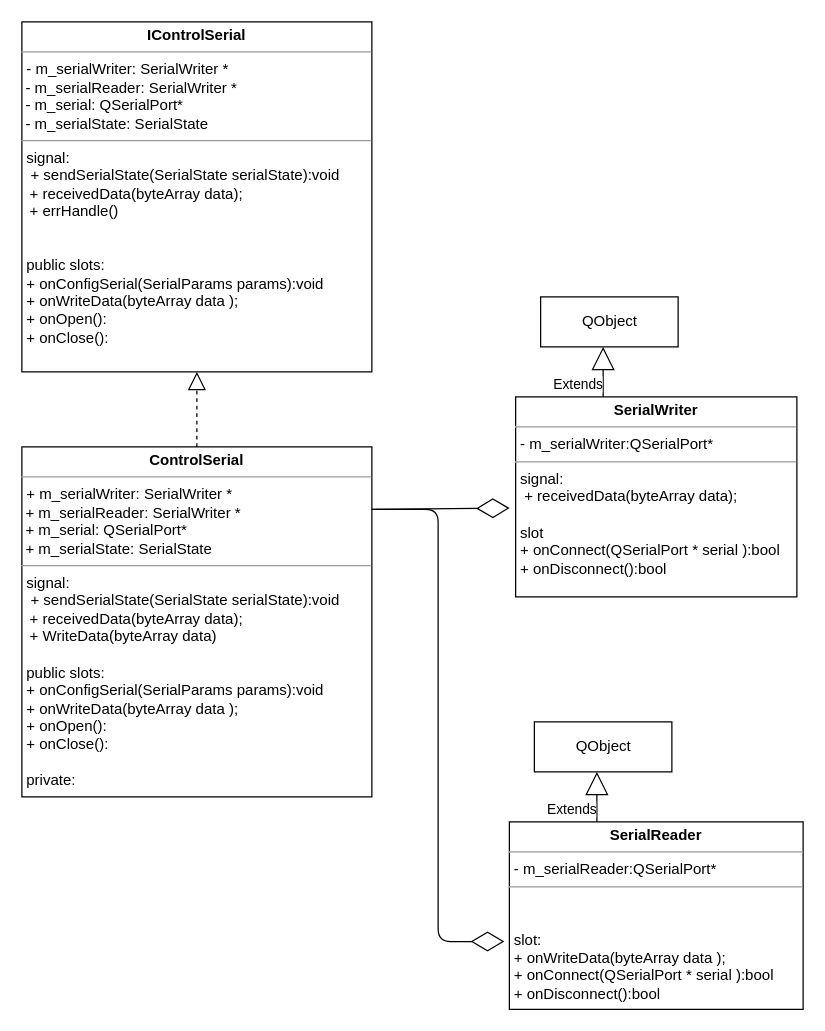
Before: uml/serial.drawio in yntense/serial, a draw.io diagram. Source tidied: cells renumbered, new cells numbered last; positions are measured from the earlier drawing's top-left corner, leaving out a move shared by most shapes. Both pictures are drawn from the tidied source at 125%, with x=0, y=0 at pixel (21, 21).
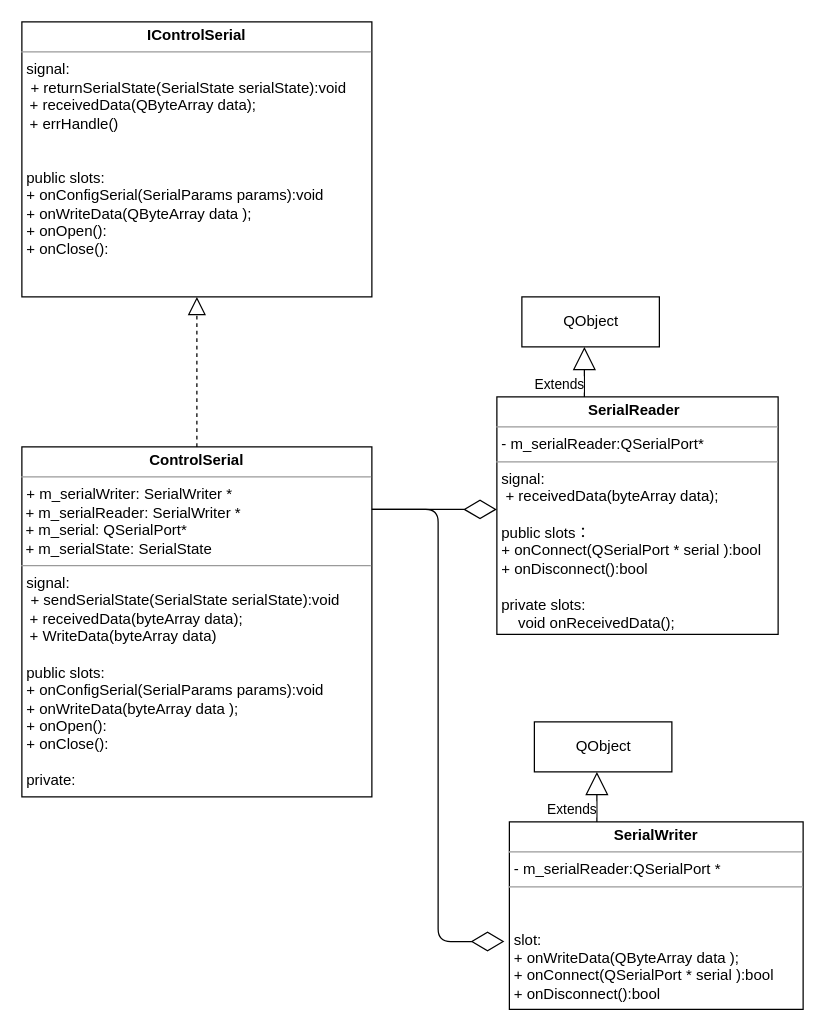
Above is the later version.

Commit message:
1.修改 uml 中一些变量

Diff of the diagram source:
```diff
@@
 <mxGraphModel>
   <root>
     <mxCell id="0" />
     <mxCell id="1" parent="0" />
-    <mxCell id="2" value="&lt;p style=&quot;margin: 0px ; margin-top: 4px ; text-align: center&quot;&gt;&lt;b&gt;SerialReader&lt;/b&gt;&lt;/p&gt;&lt;hr size=&quot;1&quot;&gt;&lt;p style=&quot;margin: 0px ; margin-left: 4px&quot;&gt;- m_serialReader:QSerialPort*&amp;nbsp;&lt;/p&gt;&lt;hr size=&quot;1&quot;&gt;&lt;p style=&quot;margin: 0px ; margin-left: 4px&quot;&gt;&lt;br&gt;&lt;/p&gt;&lt;p style=&quot;margin: 0px ; margin-left: 4px&quot;&gt;&lt;br&gt;&lt;/p&gt;&lt;p style=&quot;margin: 0px 0px 0px 4px&quot;&gt;slot:&lt;/p&gt;&lt;p style=&quot;margin: 0px 0px 0px 4px&quot;&gt;+ onWriteData(byteArray data&amp;nbsp;&lt;span&gt;);&lt;/span&gt;&lt;/p&gt;&lt;p style=&quot;margin: 0px 0px 0px 4px&quot;&gt;+ onConnect(QSerialPort * serial&amp;nbsp;):bool&lt;/p&gt;&lt;p style=&quot;margin: 0px 0px 0px 4px&quot;&gt;+ onDisconnect():bool&lt;/p&gt;" style="verticalAlign=top;align=left;overflow=fill;fontSize=12;fontFamily=Helvetica;html=1;" parent="1" vertex="1">
+    <mxCell id="2" value="&lt;p style=&quot;margin: 0px ; margin-top: 4px ; text-align: center&quot;&gt;&lt;b&gt;SerialWriter&lt;/b&gt;&lt;br&gt;&lt;/p&gt;&lt;hr size=&quot;1&quot;&gt;&lt;p style=&quot;margin: 0px ; margin-left: 4px&quot;&gt;- m_serialReader:QSerialPort *&amp;nbsp;&lt;/p&gt;&lt;hr size=&quot;1&quot;&gt;&lt;p style=&quot;margin: 0px ; margin-left: 4px&quot;&gt;&lt;br&gt;&lt;/p&gt;&lt;p style=&quot;margin: 0px ; margin-left: 4px&quot;&gt;&lt;br&gt;&lt;/p&gt;&lt;p style=&quot;margin: 0px 0px 0px 4px&quot;&gt;slot:&lt;/p&gt;&lt;p style=&quot;margin: 0px 0px 0px 4px&quot;&gt;+ onWriteData(QByteArray data&amp;nbsp;&lt;span&gt;);&lt;/span&gt;&lt;/p&gt;&lt;p style=&quot;margin: 0px 0px 0px 4px&quot;&gt;+ onConnect(QSerialPort * serial&amp;nbsp;):bool&lt;/p&gt;&lt;p style=&quot;margin: 0px 0px 0px 4px&quot;&gt;+ onDisconnect():bool&lt;/p&gt;" style="verticalAlign=top;align=left;overflow=fill;fontSize=12;fontFamily=Helvetica;html=1;" parent="1" vertex="1">
       <mxGeometry x="390" y="640" width="235" height="150" as="geometry" />
     </mxCell>
     <mxCell id="3" value="Extends" style="endArrow=block;endSize=16;endFill=0;html=1;" parent="1" edge="1">
       <mxGeometry x="-0.5" y="20" relative="1" as="geometry">
         <mxPoint x="460" y="640" as="sourcePoint" />
         <mxPoint x="460" y="600" as="targetPoint" />
       </mxGeometry>
     </mxCell>
     <mxCell id="4" value="QObject" style="html=1;" parent="1" vertex="1">
       <mxGeometry x="410" y="560" width="110" height="40" as="geometry" />
     </mxCell>
-    <mxCell id="5" value="&lt;p style=&quot;margin: 0px ; margin-top: 4px ; text-align: center&quot;&gt;&lt;b&gt;IControlSerial&lt;/b&gt;&lt;/p&gt;&lt;hr size=&quot;1&quot;&gt;&lt;p style=&quot;margin: 0px ; margin-left: 4px&quot;&gt;- m_serialWriter: SerialWriter *&lt;/p&gt;&amp;nbsp;- m_serialReader: SerialWriter *&lt;br&gt;&amp;nbsp;- m_serial: QSerialPort*&lt;br&gt;&amp;nbsp;- m_serialState: SerialState&lt;br&gt;&lt;hr size=&quot;1&quot;&gt;&lt;p style=&quot;margin: 0px ; margin-left: 4px&quot;&gt;signal:&lt;/p&gt;&lt;p style=&quot;margin: 0px ; margin-left: 4px&quot;&gt;&amp;nbsp;+ sendSerialState(SerialState serialState):void&lt;/p&gt;&amp;nbsp; + receivedData(byteArray data);&lt;br&gt;&amp;nbsp; + errHandle()&lt;br&gt;&lt;br&gt;&lt;p style=&quot;margin: 0px ; margin-left: 4px&quot;&gt;&lt;br&gt;&lt;/p&gt;&lt;p style=&quot;margin: 0px ; margin-left: 4px&quot;&gt;public slots:&lt;/p&gt;&lt;p style=&quot;margin: 0px ; margin-left: 4px&quot;&gt;+ onConfigSerial(SerialParams params):void&lt;/p&gt;&lt;p style=&quot;margin: 0px ; margin-left: 4px&quot;&gt;+ onWriteData(byteArray data&amp;nbsp;);&lt;br&gt;&lt;/p&gt;&lt;p style=&quot;margin: 0px ; margin-left: 4px&quot;&gt;+ onOpen():&lt;/p&gt;&lt;p style=&quot;margin: 0px ; margin-left: 4px&quot;&gt;+ onClose():&lt;/p&gt;&lt;p style=&quot;margin: 0px ; margin-left: 4px&quot;&gt;&lt;br&gt;&lt;/p&gt;&lt;p style=&quot;margin: 0px ; margin-left: 4px&quot;&gt;&lt;br&gt;&lt;/p&gt;" style="verticalAlign=top;align=left;overflow=fill;fontSize=12;fontFamily=Helvetica;html=1;" parent="1" vertex="1">
-      <mxGeometry width="280" height="280" as="geometry" />
+    <mxCell id="5" value="&lt;p style=&quot;margin: 0px ; margin-top: 4px ; text-align: center&quot;&gt;&lt;b&gt;IControlSerial&lt;/b&gt;&lt;/p&gt;&lt;hr size=&quot;1&quot;&gt;&lt;p style=&quot;margin: 0px ; margin-left: 4px&quot;&gt;&lt;/p&gt;&lt;p style=&quot;margin: 0px ; margin-left: 4px&quot;&gt;signal:&lt;/p&gt;&lt;p style=&quot;margin: 0px ; margin-left: 4px&quot;&gt;&amp;nbsp;+ returnSerialState(SerialState serialState):void&lt;/p&gt;&amp;nbsp; + receivedData(QByteArray data);&lt;br&gt;&amp;nbsp; + errHandle()&lt;br&gt;&lt;br&gt;&lt;p style=&quot;margin: 0px ; margin-left: 4px&quot;&gt;&lt;br&gt;&lt;/p&gt;&lt;p style=&quot;margin: 0px ; margin-left: 4px&quot;&gt;public slots:&lt;/p&gt;&lt;p style=&quot;margin: 0px ; margin-left: 4px&quot;&gt;+ onConfigSerial(SerialParams params):void&lt;/p&gt;&lt;p style=&quot;margin: 0px ; margin-left: 4px&quot;&gt;+ onWriteData(QByteArray data&amp;nbsp;);&lt;br&gt;&lt;/p&gt;&lt;p style=&quot;margin: 0px ; margin-left: 4px&quot;&gt;+ onOpen():&lt;/p&gt;&lt;p style=&quot;margin: 0px ; margin-left: 4px&quot;&gt;+ onClose():&lt;/p&gt;&lt;p style=&quot;margin: 0px ; margin-left: 4px&quot;&gt;&lt;br&gt;&lt;/p&gt;&lt;p style=&quot;margin: 0px ; margin-left: 4px&quot;&gt;&lt;br&gt;&lt;/p&gt;" style="verticalAlign=top;align=left;overflow=fill;fontSize=12;fontFamily=Helvetica;html=1;" parent="1" vertex="1">
+      <mxGeometry width="280" height="220" as="geometry" />
     </mxCell>
-    <mxCell id="6" value="&lt;p style=&quot;margin: 0px ; margin-top: 4px ; text-align: center&quot;&gt;&lt;b&gt;SerialWriter&lt;/b&gt;&lt;/p&gt;&lt;hr size=&quot;1&quot;&gt;&lt;p style=&quot;margin: 0px ; margin-left: 4px&quot;&gt;- m_serialWriter:QSerialPort*&amp;nbsp;&lt;/p&gt;&lt;hr size=&quot;1&quot;&gt;&lt;p style=&quot;margin: 0px ; margin-left: 4px&quot;&gt;signal:&lt;/p&gt;&lt;p style=&quot;margin: 0px ; margin-left: 4px&quot;&gt;&amp;nbsp;+ receivedData(byteArray data);&lt;/p&gt;&lt;p style=&quot;margin: 0px ; margin-left: 4px&quot;&gt;&lt;br&gt;&lt;/p&gt;&lt;p style=&quot;margin: 0px ; margin-left: 4px&quot;&gt;slot&lt;/p&gt;&lt;p style=&quot;margin: 0px ; margin-left: 4px&quot;&gt;+ onConnect(QSerialPort * serial&amp;nbsp;&lt;span&gt;):bool&lt;/span&gt;&lt;/p&gt;&lt;p style=&quot;margin: 0px ; margin-left: 4px&quot;&gt;+ onDisconnect():bool&lt;/p&gt;&lt;p style=&quot;margin: 0px ; margin-left: 4px&quot;&gt;&lt;br&gt;&lt;/p&gt;" style="verticalAlign=top;align=left;overflow=fill;fontSize=12;fontFamily=Helvetica;html=1;" parent="1" vertex="1">
-      <mxGeometry x="395" y="300" width="225" height="160" as="geometry" />
+    <mxCell id="6" value="&lt;p style=&quot;margin: 0px ; margin-top: 4px ; text-align: center&quot;&gt;&lt;/p&gt;&lt;b style=&quot;text-align: center&quot;&gt;&amp;nbsp; &amp;nbsp; &amp;nbsp; &amp;nbsp; &amp;nbsp; &amp;nbsp; &amp;nbsp; &amp;nbsp; &amp;nbsp; &amp;nbsp; &amp;nbsp; SerialReader&lt;/b&gt;&lt;hr size=&quot;1&quot;&gt;&lt;p style=&quot;margin: 0px ; margin-left: 4px&quot;&gt;- m_serialReader:QSerialPort*&amp;nbsp;&lt;/p&gt;&lt;hr size=&quot;1&quot;&gt;&lt;p style=&quot;margin: 0px ; margin-left: 4px&quot;&gt;signal:&lt;/p&gt;&lt;p style=&quot;margin: 0px ; margin-left: 4px&quot;&gt;&amp;nbsp;+ receivedData(byteArray data);&lt;/p&gt;&lt;p style=&quot;margin: 0px ; margin-left: 4px&quot;&gt;&lt;br&gt;&lt;/p&gt;&lt;p style=&quot;margin: 0px ; margin-left: 4px&quot;&gt;public slots：&lt;/p&gt;&lt;p style=&quot;margin: 0px ; margin-left: 4px&quot;&gt;+ onConnect(QSerialPort * serial&amp;nbsp;&lt;span&gt;):bool&lt;/span&gt;&lt;/p&gt;&lt;p style=&quot;margin: 0px ; margin-left: 4px&quot;&gt;+ onDisconnect():bool&lt;/p&gt;&lt;p style=&quot;margin: 0px ; margin-left: 4px&quot;&gt;&lt;br&gt;&lt;/p&gt;&lt;p style=&quot;margin: 0px ; margin-left: 4px&quot;&gt;private slots:&lt;/p&gt;&lt;p style=&quot;margin: 0px ; margin-left: 4px&quot;&gt;&amp;nbsp; &amp;nbsp; void onReceivedData();&lt;/p&gt;&lt;p style=&quot;margin: 0px ; margin-left: 4px&quot;&gt;&lt;br&gt;&lt;/p&gt;" style="verticalAlign=top;align=left;overflow=fill;fontSize=12;fontFamily=Helvetica;html=1;" parent="1" vertex="1">
+      <mxGeometry x="380" y="300" width="225" height="190" as="geometry" />
     </mxCell>
     <mxCell id="7" value="Extends" style="endArrow=block;endSize=16;endFill=0;html=1;" parent="1" edge="1">
       <mxGeometry x="-0.5" y="20" relative="1" as="geometry">
-        <mxPoint x="465" y="300" as="sourcePoint" />
-        <mxPoint x="465" y="260" as="targetPoint" />
+        <mxPoint x="450" y="300" as="sourcePoint" />
+        <mxPoint x="450" y="260" as="targetPoint" />
       </mxGeometry>
     </mxCell>
     <mxCell id="8" value="QObject" style="html=1;" parent="1" vertex="1">
-      <mxGeometry x="415" y="220" width="110" height="40" as="geometry" />
+      <mxGeometry x="400" y="220" width="110" height="40" as="geometry" />
     </mxCell>
     <mxCell id="9" value="&lt;p style=&quot;margin: 0px ; margin-top: 4px ; text-align: center&quot;&gt;&lt;b&gt;ControlSerial&lt;/b&gt;&lt;/p&gt;&lt;hr size=&quot;1&quot;&gt;&lt;p style=&quot;margin: 0px ; margin-left: 4px&quot;&gt;+ m_serialWriter: SerialWriter *&lt;/p&gt;&amp;nbsp;+ m_serialReader: SerialWriter *&lt;br&gt;&amp;nbsp;+ m_serial: QSerialPort*&lt;br&gt;&amp;nbsp;+ m_serialState: SerialState&lt;br&gt;&lt;hr size=&quot;1&quot;&gt;&lt;p style=&quot;margin: 0px ; margin-left: 4px&quot;&gt;signal:&lt;/p&gt;&lt;p style=&quot;margin: 0px ; margin-left: 4px&quot;&gt;&amp;nbsp;+ sendSerialState(SerialState serialState):void&lt;/p&gt;&amp;nbsp; + receivedData(byteArray data);&lt;br&gt;&amp;nbsp; + WriteData(byteArray data)&lt;br&gt;&lt;p style=&quot;margin: 0px ; margin-left: 4px&quot;&gt;&lt;br&gt;&lt;/p&gt;&lt;p style=&quot;margin: 0px ; margin-left: 4px&quot;&gt;public slots:&lt;/p&gt;&lt;p style=&quot;margin: 0px ; margin-left: 4px&quot;&gt;+ onConfigSerial(SerialParams params):void&lt;/p&gt;&lt;p style=&quot;margin: 0px ; margin-left: 4px&quot;&gt;+ onWriteData(byteArray data&amp;nbsp;);&lt;br&gt;&lt;/p&gt;&lt;p style=&quot;margin: 0px ; margin-left: 4px&quot;&gt;+ onOpen():&lt;/p&gt;&lt;p style=&quot;margin: 0px ; margin-left: 4px&quot;&gt;+ onClose():&lt;br&gt;&lt;/p&gt;&lt;p style=&quot;margin: 0px ; margin-left: 4px&quot;&gt;&lt;br&gt;&lt;/p&gt;&lt;p style=&quot;margin: 0px ; margin-left: 4px&quot;&gt;private:&lt;/p&gt;&lt;p style=&quot;margin: 0px ; margin-left: 4px&quot;&gt;&lt;br&gt;&lt;/p&gt;&lt;p style=&quot;margin: 0px ; margin-left: 4px&quot;&gt;&lt;br&gt;&lt;/p&gt;" style="verticalAlign=top;align=left;overflow=fill;fontSize=12;fontFamily=Helvetica;html=1;" parent="1" vertex="1">
       <mxGeometry y="340" width="280" height="280" as="geometry" />
     </mxCell>
     <mxCell id="10" style="endArrow=block;dashed=1;endFill=0;endSize=12;html=1;entryX=0.5;entryY=1;entryDx=0;entryDy=0;exitX=0.5;exitY=0;exitDx=0;exitDy=0;" parent="1" edge="1" source="9" target="5">
       <mxGeometry relative="1" as="geometry" />
     </mxCell>
-    <mxCell id="11" style="endArrow=diamondThin;endFill=0;endSize=24;html=1;entryX=-0.021;entryY=0.556;entryDx=0;entryDy=0;entryPerimeter=0;" parent="1" edge="1" target="6">
+    <mxCell id="11" style="endArrow=diamondThin;endFill=0;endSize=24;html=1;" parent="1" edge="1">
       <mxGeometry relative="1" as="geometry">
         <mxPoint x="280" y="390" as="sourcePoint" />
+        <mxPoint x="380" y="390" as="targetPoint" />
       </mxGeometry>
     </mxCell>
     <mxCell id="12" style="endArrow=diamondThin;endFill=0;endSize=24;html=1;entryX=-0.017;entryY=0.638;entryDx=0;entryDy=0;entryPerimeter=0;edgeStyle=elbowEdgeStyle;" parent="1" edge="1" target="2">
       <mxGeometry relative="1" as="geometry">
         <mxPoint x="280" y="390" as="sourcePoint" />
       </mxGeometry>
     </mxCell>
   </root>
 </mxGraphModel>
```
